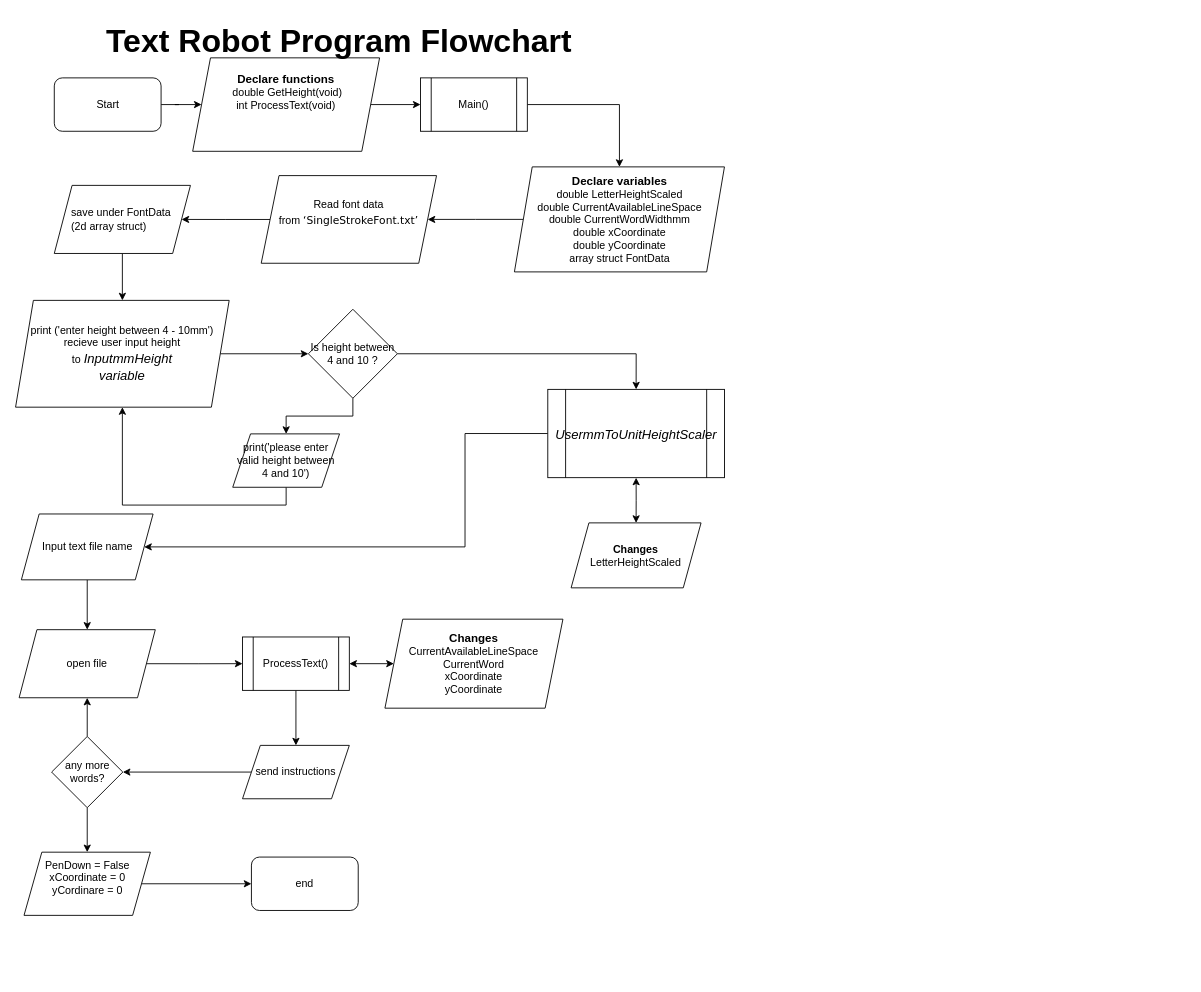
Above: page "Page-1" (1 of 3) of TextRobotFlowchart.drawio in hanifadelekan/TextRobotPlanning (draw.io), before the change. Source tidied: cells renumbered, new cells numbered last; positions are measured from the earlier drawing's top-left corner, leaving out a move shared by most shapes. Both pictures are drawn from the tidied source at 89%, with x=0, y=0 at pixel (15, 15).
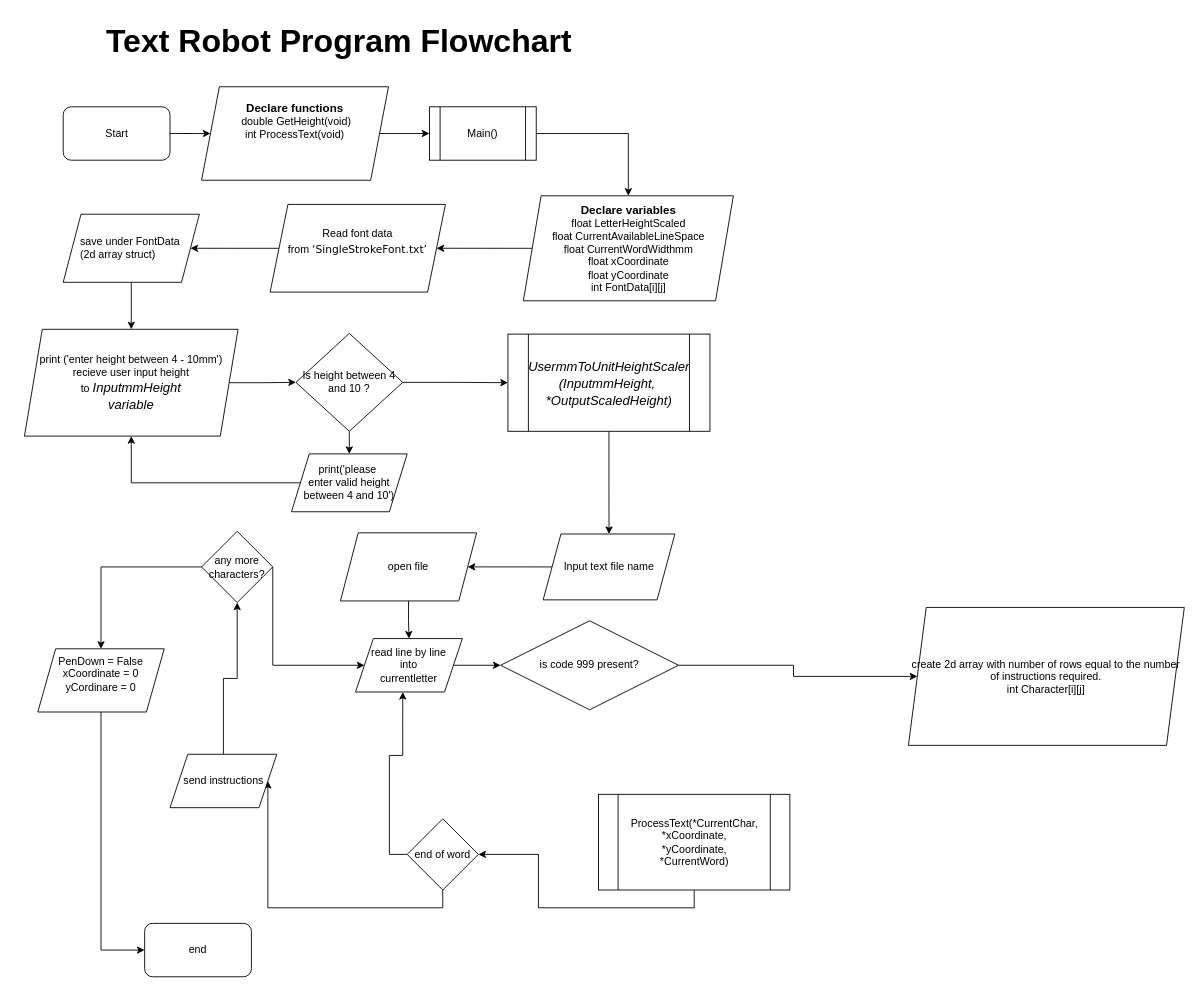
Above is the later version.

Diff of the diagram source:
```diff
@@
     <mxCell id="3" value="Start" style="rounded=1;whiteSpace=wrap;html=1;" parent="1" vertex="1">
-      <mxGeometry x="43.5" y="70" width="120" height="60" as="geometry" />
+      <mxGeometry x="53.5" y="102.5" width="120" height="60" as="geometry" />
     </mxCell>
@@
     <mxCell id="5" value="&lt;b&gt;&lt;font style=&quot;font-size: 13px;&quot;&gt;Declare functions&lt;/font&gt;&lt;/b&gt;&lt;div&gt;&amp;nbsp;double GetHeight(void)&lt;/div&gt;&lt;div&gt;int ProcessText(void)&lt;br&gt;&lt;div&gt;&lt;br&gt;&lt;/div&gt;&lt;/div&gt;&lt;div&gt;&lt;br&gt;&lt;/div&gt;" style="whiteSpace=wrap;html=1;rounded=0;shape=parallelogram;backgroundOutline=1;perimeter=parallelogramPerimeter;fixedSize=1;" parent="1" vertex="1">
-      <mxGeometry x="199" y="47.5" width="210" height="105" as="geometry" />
+      <mxGeometry x="209" y="80" width="210" height="105" as="geometry" />
     </mxCell>
-    <mxCell id="6" style="edgeStyle=orthogonalEdgeStyle;rounded=0;jettySize=auto;html=1;exitX=0.5;exitY=1;exitDx=0;exitDy=0;entryX=0.5;entryY=0;entryDx=0;entryDy=0;startArrow=classic;startFill=1;" parent="1" edge="1" source="8" target="23">
-      <mxGeometry relative="1" as="geometry" />
-    </mxCell>
-    <mxCell id="7" style="edgeStyle=orthogonalEdgeStyle;rounded=0;jettySize=auto;html=1;exitX=0;exitY=0.5;exitDx=0;exitDy=0;entryX=1;entryY=0.5;entryDx=0;entryDy=0;" parent="1" edge="1" source="8" target="25">
-      <mxGeometry relative="1" as="geometry">
-        <Array as="points">
-          <mxPoint x="505" y="470" />
-          <mxPoint x="505" y="597" />
-        </Array>
-      </mxGeometry>
+    <mxCell id="7" style="edgeStyle=orthogonalEdgeStyle;rounded=0;jettySize=auto;html=1;exitX=0.5;exitY=1;exitDx=0;exitDy=0;" parent="1" edge="1" source="8" target="25">
+      <mxGeometry relative="1" as="geometry" />
     </mxCell>
-    <mxCell id="8" value="&lt;i style=&quot;font-size: medium; text-align: start;&quot;&gt;&lt;span style=&quot;font-size: 11pt; line-height: 16.1333px; font-family: Calibri, sans-serif;&quot;&gt;UsermmToUnitHeightScaler&lt;/span&gt;&lt;/i&gt;&lt;span style=&quot;font-size: medium; text-align: start;&quot;&gt;&lt;/span&gt;" style="shape=process;whiteSpace=wrap;html=1;backgroundOutline=1;" parent="1" vertex="1">
-      <mxGeometry x="598" y="420" width="198.5" height="99.2" as="geometry" />
+    <mxCell id="8" value="&lt;i style=&quot;font-size: medium; text-align: start;&quot;&gt;&lt;span style=&quot;font-size: 11pt; line-height: 16.1333px; font-family: Calibri, sans-serif;&quot;&gt;UsermmToUnitHeightScaler&lt;/span&gt;&lt;/i&gt;&lt;div&gt;&lt;i style=&quot;font-size: medium; text-align: start;&quot;&gt;&lt;span style=&quot;font-size: 11pt; line-height: 16.1333px; font-family: Calibri, sans-serif;&quot;&gt;(&lt;/span&gt;&lt;/i&gt;&lt;span style=&quot;font-size: medium; text-align: start;&quot;&gt;&lt;/span&gt;&lt;i style=&quot;background-color: initial; font-size: medium; text-align: start;&quot;&gt;&lt;span style=&quot;font-size: 11pt; line-height: 16.1333px; font-family: Calibri, sans-serif;&quot;&gt;InputmmHeight,&amp;nbsp;&lt;/span&gt;&lt;/i&gt;&lt;/div&gt;&lt;div&gt;&lt;i style=&quot;background-color: initial; font-size: medium; text-align: start;&quot;&gt;&lt;span style=&quot;font-size: 11pt; line-height: 16.1333px; font-family: Calibri, sans-serif;&quot;&gt;*OutputScaledHeight)&lt;/span&gt;&lt;/i&gt;&lt;/div&gt;&lt;span style=&quot;font-size: medium; text-align: start;&quot;&gt;&lt;/span&gt;&lt;span style=&quot;font-size: medium; text-align: start;&quot;&gt;&lt;/span&gt;" style="shape=process;html=1;backgroundOutline=1;overflow=visible;whiteSpace=wrap;" parent="1" vertex="1">
+      <mxGeometry x="553.2" y="357.9" width="227" height="109.2" as="geometry" />
     </mxCell>
-    <mxCell id="9" style="edgeStyle=orthogonalEdgeStyle;rounded=0;jettySize=auto;html=1;exitX=0.5;exitY=1;exitDx=0;exitDy=0;entryX=0.5;entryY=0;entryDx=0;entryDy=0;" parent="1" edge="1" source="11" target="16">
-      <mxGeometry relative="1" as="geometry" />
-    </mxCell>
-    <mxCell id="10" style="edgeStyle=orthogonalEdgeStyle;rounded=0;jettySize=auto;html=1;exitX=1;exitY=0.5;exitDx=0;exitDy=0;entryX=0;entryY=0.5;entryDx=0;entryDy=0;startArrow=classic;startFill=1;" parent="1" edge="1" source="11" target="22">
-      <mxGeometry relative="1" as="geometry" />
-    </mxCell>
+    <mxCell id="42" style="edgeStyle=orthogonalEdgeStyle;rounded=0;jettySize=auto;html=1;entryX=1;entryY=0.5;entryDx=0;entryDy=0;exitX=0.5;exitY=1;exitDx=0;exitDy=0;" parent="1" edge="1" source="11" target="48">
+      <mxGeometry relative="1" as="geometry" />
+    </mxCell>
-    <mxCell id="11" value="ProcessText()" style="shape=process;whiteSpace=wrap;html=1;backgroundOutline=1;" parent="1" vertex="1">
-      <mxGeometry x="255" y="698.2" width="120" height="60" as="geometry" />
+    <mxCell id="11" value="ProcessText(*CurrentChar&lt;span style=&quot;background-color: initial;&quot;&gt;,&lt;/span&gt;&lt;div&gt;*xCoordinate,&lt;/div&gt;&lt;div&gt;*yCoordinate,&lt;/div&gt;&lt;div&gt;*CurrentWord&lt;span style=&quot;background-color: initial;&quot;&gt;)&lt;/span&gt;&lt;/div&gt;" style="shape=process;whiteSpace=wrap;html=1;backgroundOutline=1;" parent="1" vertex="1">
+      <mxGeometry x="655" y="875" width="215" height="107.5" as="geometry" />
     </mxCell>
-    <mxCell id="12" style="edgeStyle=orthogonalEdgeStyle;rounded=0;jettySize=auto;html=1;exitX=0.5;exitY=1;exitDx=0;exitDy=0;entryX=0.5;entryY=0;entryDx=0;entryDy=0;" parent="1" edge="1" source="14" target="18">
+    <mxCell id="12" style="edgeStyle=orthogonalEdgeStyle;rounded=0;jettySize=auto;html=1;entryX=0.5;entryY=0;entryDx=0;entryDy=0;exitX=0;exitY=0.5;exitDx=0;exitDy=0;" parent="1" edge="1" source="14" target="18">
       <mxGeometry relative="1" as="geometry" />
     </mxCell>
-    <mxCell id="13" style="edgeStyle=orthogonalEdgeStyle;rounded=0;jettySize=auto;html=1;exitX=0.5;exitY=0;exitDx=0;exitDy=0;entryX=0.5;entryY=1;entryDx=0;entryDy=0;" parent="1" edge="1" source="14" target="21">
-      <mxGeometry relative="1" as="geometry" />
-    </mxCell>
+    <mxCell id="43" style="edgeStyle=orthogonalEdgeStyle;rounded=0;jettySize=auto;html=1;exitX=1;exitY=0.5;exitDx=0;exitDy=0;entryX=0;entryY=0.5;entryDx=0;entryDy=0;" parent="1" edge="1" source="14" target="46">
+      <mxGeometry relative="1" as="geometry">
+        <Array as="points">
+          <mxPoint x="289" y="730" />
+        </Array>
+      </mxGeometry>
+    </mxCell>
-    <mxCell id="14" value="any more words?" style="rhombus;whiteSpace=wrap;html=1;" parent="1" vertex="1">
-      <mxGeometry x="40.5" y="810" width="80" height="80" as="geometry" />
+    <mxCell id="14" value="any more characters?" style="rhombus;whiteSpace=wrap;html=1;" parent="1" vertex="1">
+      <mxGeometry x="209" y="579.5" width="80" height="80" as="geometry" />
     </mxCell>
-    <mxCell id="15" style="edgeStyle=orthogonalEdgeStyle;rounded=0;jettySize=auto;html=1;exitX=0;exitY=0.5;exitDx=0;exitDy=0;entryX=1;entryY=0.5;entryDx=0;entryDy=0;" parent="1" edge="1" source="16" target="14">
-      <mxGeometry relative="1" as="geometry" />
-    </mxCell>
-    <mxCell id="16" value="send instructions" style="shape=parallelogram;perimeter=parallelogramPerimeter;whiteSpace=wrap;html=1;fixedSize=1;" parent="1" vertex="1">
-      <mxGeometry x="255" y="820" width="120" height="60" as="geometry" />
-    </mxCell>
-    <mxCell id="17" style="edgeStyle=orthogonalEdgeStyle;rounded=0;jettySize=auto;html=1;exitX=1;exitY=0.5;exitDx=0;exitDy=0;entryX=0;entryY=0.5;entryDx=0;entryDy=0;" parent="1" edge="1" source="18" target="19">
+    <mxCell id="17" style="edgeStyle=orthogonalEdgeStyle;rounded=0;jettySize=auto;html=1;exitX=0.5;exitY=1;exitDx=0;exitDy=0;entryX=0;entryY=0.5;entryDx=0;entryDy=0;" parent="1" edge="1" source="18" target="19">
       <mxGeometry relative="1" as="geometry" />
     </mxCell>
     <mxCell id="18" value="&lt;div&gt;PenDown = False&lt;br&gt;&lt;/div&gt;xCoordinate = 0&lt;div&gt;yCordinare = 0&lt;/div&gt;&lt;div&gt;&lt;br&gt;&lt;/div&gt;" style="shape=parallelogram;perimeter=parallelogramPerimeter;whiteSpace=wrap;html=1;fixedSize=1;" parent="1" vertex="1">
-      <mxGeometry x="9.5" y="940" width="142" height="71" as="geometry" />
+      <mxGeometry x="25" y="711.5" width="142" height="71" as="geometry" />
     </mxCell>
     <mxCell id="19" value="end" style="rounded=1;whiteSpace=wrap;html=1;" parent="1" vertex="1">
-      <mxGeometry x="265" y="945.5" width="120" height="60" as="geometry" />
+      <mxGeometry x="145" y="1020" width="120" height="60" as="geometry" />
     </mxCell>
-    <mxCell id="20" style="edgeStyle=orthogonalEdgeStyle;rounded=0;jettySize=auto;html=1;exitX=1;exitY=0.5;exitDx=0;exitDy=0;" parent="1" edge="1" source="21" target="11">
-      <mxGeometry relative="1" as="geometry" />
-    </mxCell>
+    <mxCell id="44" style="edgeStyle=orthogonalEdgeStyle;rounded=0;jettySize=auto;html=1;exitX=0.5;exitY=1;exitDx=0;exitDy=0;" parent="1" edge="1" source="21" target="46">
+      <mxGeometry relative="1" as="geometry" />
+    </mxCell>
     <mxCell id="21" value="open file" style="shape=parallelogram;perimeter=parallelogramPerimeter;whiteSpace=wrap;html=1;fixedSize=1;" parent="1" vertex="1">
-      <mxGeometry x="4" y="690" width="153" height="76.5" as="geometry" />
+      <mxGeometry x="365" y="581.2" width="153" height="76.5" as="geometry" />
     </mxCell>
-    <mxCell id="22" value="&lt;b&gt;&lt;font style=&quot;font-size: 13px;&quot;&gt;Changes&lt;/font&gt;&lt;/b&gt;&lt;div&gt;CurrentAvailableLineSpace&lt;/div&gt;&lt;div&gt;CurrentWord&lt;br&gt;&lt;div&gt;xCoordinate&lt;/div&gt;&lt;div&gt;yCoordinate&lt;/div&gt;&lt;/div&gt;" style="shape=parallelogram;perimeter=parallelogramPerimeter;whiteSpace=wrap;html=1;fixedSize=1;" parent="1" vertex="1">
-      <mxGeometry x="415" y="678.2" width="200" height="100" as="geometry" />
-    </mxCell>
-    <mxCell id="23" value="&lt;b&gt;Changes&lt;/b&gt;&lt;div&gt;LetterHeightScaled&lt;br&gt;&lt;/div&gt;" style="shape=parallelogram;perimeter=parallelogramPerimeter;whiteSpace=wrap;html=1;fixedSize=1;" parent="1" vertex="1">
-      <mxGeometry x="624.2" y="570" width="146" height="73" as="geometry" />
-    </mxCell>
-    <mxCell id="24" style="edgeStyle=orthogonalEdgeStyle;rounded=0;jettySize=auto;html=1;exitX=0.5;exitY=1;exitDx=0;exitDy=0;entryX=0.5;entryY=0;entryDx=0;entryDy=0;" parent="1" edge="1" source="25" target="21">
+    <mxCell id="24" style="edgeStyle=orthogonalEdgeStyle;rounded=0;jettySize=auto;html=1;exitX=0;exitY=0.5;exitDx=0;exitDy=0;entryX=1;entryY=0.5;entryDx=0;entryDy=0;" parent="1" edge="1" source="25" target="21">
       <mxGeometry relative="1" as="geometry" />
     </mxCell>
     <mxCell id="25" value="Input text file name" style="shape=parallelogram;perimeter=parallelogramPerimeter;whiteSpace=wrap;html=1;fixedSize=1;" parent="1" vertex="1">
-      <mxGeometry x="6.5" y="560" width="148" height="74" as="geometry" />
+      <mxGeometry x="592.8" y="582.5" width="148" height="74" as="geometry" />
     </mxCell>
@@
     <mxCell id="28" value="Main()" style="rounded=0;whiteSpace=wrap;html=1;shape=process;backgroundOutline=1;" parent="1" vertex="1">
-      <mxGeometry x="455" y="70" width="120" height="60" as="geometry" />
+      <mxGeometry x="465" y="102.5" width="120" height="60" as="geometry" />
     </mxCell>
@@
-    <mxCell id="30" value="&lt;b&gt;&lt;font style=&quot;font-size: 13px;&quot;&gt;Declare variables&lt;/font&gt;&lt;/b&gt;&lt;div&gt;double LetterHeightScaled&lt;/div&gt;&lt;div&gt;double CurrentAvailableLineSpace&lt;/div&gt;&lt;div&gt;double CurrentWordWidthmm&lt;/div&gt;&lt;div&gt;double xCoordinate&lt;/div&gt;&lt;div&gt;double yCoordinate&lt;/div&gt;&lt;div&gt;array struct FontData&lt;/div&gt;" style="shape=parallelogram;perimeter=parallelogramPerimeter;whiteSpace=wrap;html=1;fixedSize=1;rounded=0;" parent="1" vertex="1">
-      <mxGeometry x="560.5" y="170" width="236" height="118" as="geometry" />
+    <mxCell id="30" value="&lt;b&gt;&lt;font style=&quot;font-size: 13px;&quot;&gt;Declare variables&lt;/font&gt;&lt;/b&gt;&lt;div&gt;float LetterHeightScaled&lt;/div&gt;&lt;div&gt;float CurrentAvailableLineSpace&lt;/div&gt;&lt;div&gt;float CurrentWordWidthmm&lt;/div&gt;&lt;div&gt;float xCoordinate&lt;/div&gt;&lt;div&gt;float yCoordinate&lt;/div&gt;&lt;div&gt;int FontData[i][j]&lt;/div&gt;" style="shape=parallelogram;perimeter=parallelogramPerimeter;whiteSpace=wrap;html=1;fixedSize=1;rounded=0;" parent="1" vertex="1">
+      <mxGeometry x="570.5" y="202.5" width="236" height="118" as="geometry" />
     </mxCell>
@@
     <mxCell id="32" value="Read font data from&amp;nbsp;&lt;span style=&quot;text-align: start; line-height: 14.2667px; font-family: Verdana, sans-serif;&quot;&gt;&lt;font&gt;‘SingleStrokeFont.txt’&lt;/font&gt;&lt;/span&gt;&lt;span style=&quot;font-size: medium; text-align: start;&quot;&gt;&lt;/span&gt;&lt;div style=&quot;text-align: start;&quot;&gt;&lt;br&gt;&lt;/div&gt;" style="shape=parallelogram;perimeter=parallelogramPerimeter;whiteSpace=wrap;html=1;fixedSize=1;" parent="1" vertex="1">
-      <mxGeometry x="276" y="179.8" width="197" height="98.5" as="geometry" />
+      <mxGeometry x="286" y="212.2" width="197" height="98.5" as="geometry" />
     </mxCell>
@@
     <mxCell id="34" value="&lt;div style=&quot;text-align: start;&quot;&gt;save under FontData&amp;nbsp;&lt;/div&gt;&lt;div style=&quot;text-align: start;&quot;&gt;(2d array struct)&lt;/div&gt;" style="shape=parallelogram;perimeter=parallelogramPerimeter;whiteSpace=wrap;html=1;fixedSize=1;" parent="1" vertex="1">
-      <mxGeometry x="43.5" y="190.8" width="153" height="76.5" as="geometry" />
+      <mxGeometry x="53.5" y="223.2" width="153" height="76.5" as="geometry" />
     </mxCell>
@@
     <mxCell id="36" value="print ('enter height between 4 - 10mm')&lt;div&gt;recieve user input height to&amp;nbsp;&lt;i style=&quot;background-color: initial; font-size: medium; text-align: start;&quot;&gt;&lt;span style=&quot;font-size: 11pt; line-height: 16.1333px; font-family: Calibri, sans-serif;&quot;&gt;InputmmHeight&lt;/span&gt;&lt;/i&gt;&lt;/div&gt;&lt;div&gt;&lt;i style=&quot;background-color: initial; font-size: medium; text-align: start;&quot;&gt;&lt;span style=&quot;font-size: 11pt; line-height: 16.1333px; font-family: Calibri, sans-serif;&quot;&gt;variable&lt;/span&gt;&lt;/i&gt;&lt;/div&gt;&lt;span style=&quot;font-size: medium; text-align: start;&quot;&gt;&lt;/span&gt;" style="shape=parallelogram;perimeter=parallelogramPerimeter;whiteSpace=wrap;html=1;fixedSize=1;" parent="1" vertex="1">
-      <mxGeometry y="320" width="240" height="120" as="geometry" />
+      <mxGeometry x="10" y="352.5" width="240" height="120" as="geometry" />
     </mxCell>
@@
-    <mxCell id="38" style="edgeStyle=orthogonalEdgeStyle;rounded=0;jettySize=auto;html=1;exitX=1;exitY=0.5;exitDx=0;exitDy=0;entryX=0.5;entryY=0;entryDx=0;entryDy=0;" parent="1" edge="1" source="39" target="8">
+    <mxCell id="38" style="edgeStyle=orthogonalEdgeStyle;rounded=0;jettySize=auto;html=1;exitX=1;exitY=0.5;exitDx=0;exitDy=0;entryX=0;entryY=0.5;entryDx=0;entryDy=0;" parent="1" edge="1" source="39" target="8">
       <mxGeometry relative="1" as="geometry" />
     </mxCell>
     <mxCell id="39" value="Is height between 4 and 10 ?" style="rhombus;whiteSpace=wrap;html=1;" parent="1" vertex="1">
-      <mxGeometry x="329" y="330" width="100" height="100" as="geometry" />
+      <mxGeometry x="315" y="357.1" width="120" height="110" as="geometry" />
     </mxCell>
-    <mxCell id="40" style="edgeStyle=orthogonalEdgeStyle;rounded=0;jettySize=auto;html=1;exitX=0.5;exitY=1;exitDx=0;exitDy=0;entryX=0.5;entryY=1;entryDx=0;entryDy=0;" parent="1" edge="1" source="41" target="36">
+    <mxCell id="40" style="edgeStyle=orthogonalEdgeStyle;rounded=0;jettySize=auto;html=1;exitX=0;exitY=0.5;exitDx=0;exitDy=0;entryX=0.5;entryY=1;entryDx=0;entryDy=0;" parent="1" edge="1" source="41" target="36">
       <mxGeometry relative="1" as="geometry" />
     </mxCell>
-    <mxCell id="41" value="print('please enter valid height between 4 and 10')" style="shape=parallelogram;perimeter=parallelogramPerimeter;whiteSpace=wrap;html=1;fixedSize=1;" parent="1" vertex="1">
-      <mxGeometry x="244" y="470" width="120" height="60" as="geometry" />
+    <mxCell id="41" value="print('please&amp;nbsp;&lt;div&gt;enter valid height between 4 and 10')&lt;/div&gt;" style="shape=parallelogram;perimeter=parallelogramPerimeter;whiteSpace=wrap;html=1;fixedSize=1;" parent="1" vertex="1">
+      <mxGeometry x="310" y="492.5" width="130" height="65" as="geometry" />
     </mxCell>
+    <mxCell id="45" style="edgeStyle=orthogonalEdgeStyle;rounded=0;jettySize=auto;html=1;exitX=1;exitY=0.5;exitDx=0;exitDy=0;entryX=0;entryY=0.5;entryDx=0;entryDy=0;" parent="1" edge="1" source="46" target="51">
+      <mxGeometry relative="1" as="geometry" />
+    </mxCell>
+    <mxCell id="46" value="read line by line&lt;div&gt;into&lt;/div&gt;&lt;div&gt;currentletter&lt;/div&gt;" style="shape=parallelogram;perimeter=parallelogramPerimeter;whiteSpace=wrap;html=1;fixedSize=1;" parent="1" vertex="1">
+      <mxGeometry x="382" y="700" width="120" height="60" as="geometry" />
+    </mxCell>
+    <mxCell id="47" style="edgeStyle=orthogonalEdgeStyle;rounded=0;jettySize=auto;html=1;exitX=0.5;exitY=1;exitDx=0;exitDy=0;entryX=1;entryY=0.5;entryDx=0;entryDy=0;" parent="1" edge="1" source="48" target="16">
+      <mxGeometry relative="1" as="geometry" />
+    </mxCell>
+    <mxCell id="48" value="end of word" style="rhombus;whiteSpace=wrap;html=1;" parent="1" vertex="1">
+      <mxGeometry x="440" y="902.5" width="80" height="80" as="geometry" />
+    </mxCell>
+    <mxCell id="49" style="edgeStyle=orthogonalEdgeStyle;rounded=0;jettySize=auto;html=1;exitX=0;exitY=0.5;exitDx=0;exitDy=0;entryX=0.442;entryY=1;entryDx=0;entryDy=0;entryPerimeter=0;" parent="1" edge="1" source="48" target="46">
+      <mxGeometry relative="1" as="geometry" />
+    </mxCell>
+    <mxCell id="15" style="edgeStyle=orthogonalEdgeStyle;rounded=0;jettySize=auto;html=1;exitX=0.5;exitY=0;exitDx=0;exitDy=0;entryX=0.5;entryY=1;entryDx=0;entryDy=0;" parent="1" edge="1" source="16" target="14">
+      <mxGeometry relative="1" as="geometry" />
+    </mxCell>
+    <mxCell id="16" value="send instructions" style="shape=parallelogram;perimeter=parallelogramPerimeter;whiteSpace=wrap;html=1;fixedSize=1;" parent="1" vertex="1">
+      <mxGeometry x="173.5" y="830" width="120" height="60" as="geometry" />
+    </mxCell>
+    <mxCell id="50" style="edgeStyle=orthogonalEdgeStyle;rounded=0;jettySize=auto;html=1;exitX=1;exitY=0.5;exitDx=0;exitDy=0;entryX=0;entryY=0.5;entryDx=0;entryDy=0;" parent="1" edge="1" source="51" target="52">
+      <mxGeometry relative="1" as="geometry" />
+    </mxCell>
+    <mxCell id="51" value="&lt;div&gt;&lt;span style=&quot;background-color: initial;&quot;&gt;is code 999 present?&lt;/span&gt;&lt;/div&gt;" style="shape=rhombus;whiteSpace=wrap;html=1;fixedSize=1;perimeter=rhombusPerimeter;" parent="1" vertex="1">
+      <mxGeometry x="545" y="680" width="200" height="100" as="geometry" />
+    </mxCell>
+    <mxCell id="52" value="create 2d array with number of rows equal to the number of instructions required.&lt;div&gt;int Character[i][j]&lt;/div&gt;" style="shape=parallelogram;perimeter=parallelogramPerimeter;whiteSpace=wrap;html=1;fixedSize=1;" parent="1" vertex="1">
+      <mxGeometry x="1003.2" y="665" width="310" height="155" as="geometry" />
+    </mxCell>
```
